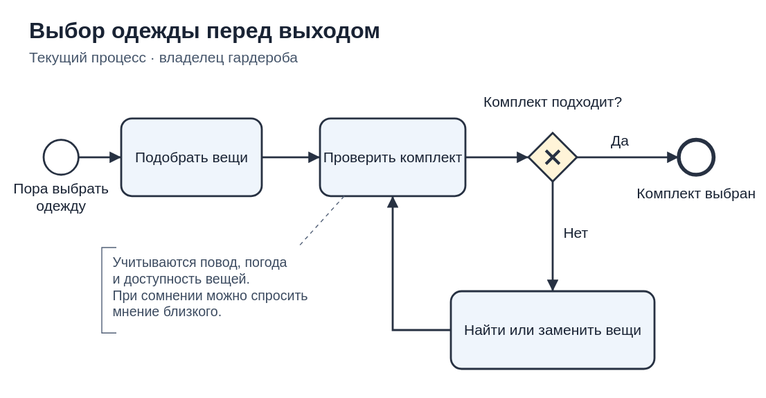
Earlier version of the BPMN export lab3_process/clothing-as-is.svg (vib-system-analysis/sa-2026-pe1-nord1sback). Its source is kept beside it as lab3_process/clothing-as-is.bpmn. Ids are renumbered. The source it was exported from:
```xml
<bpmn:definitions xmlns:bpmn="http://www.omg.org/spec/BPMN/20100524/MODEL" xmlns:bpmndi="http://www.omg.org/spec/BPMN/20100524/DI" xmlns:dc="http://www.omg.org/spec/DD/20100524/DC" xmlns:di="http://www.omg.org/spec/DD/20100524/DI" id="Definitions_Clothing" targetNamespace="https://github.com/vib-system-analysis/sa-2026-pe1-nord1sback">
  <bpmn:process id="ClothingSelection" name="Выбор одежды перед выходом" isExecutable="false">
    <bpmn:startEvent id="start" name="Пора выбрать одежду">
      <bpmn:outgoing>f1</bpmn:outgoing>
    </bpmn:startEvent>
    <bpmn:task id="prepare" name="Подобрать вещи">
      <bpmn:incoming>f1</bpmn:incoming>
      <bpmn:outgoing>f2</bpmn:outgoing>
    </bpmn:task>
    <bpmn:task id="check" name="Проверить комплект">
      <bpmn:incoming>f2</bpmn:incoming>
      <bpmn:incoming>f6</bpmn:incoming>
      <bpmn:outgoing>f3</bpmn:outgoing>
    </bpmn:task>
    <bpmn:exclusiveGateway id="decision" name="Комплект подходит?">
      <bpmn:incoming>f3</bpmn:incoming>
      <bpmn:outgoing>f4</bpmn:outgoing>
      <bpmn:outgoing>f5</bpmn:outgoing>
    </bpmn:exclusiveGateway>
    <bpmn:endEvent id="end" name="Комплект выбран">
      <bpmn:incoming>f4</bpmn:incoming>
    </bpmn:endEvent>
    <bpmn:task id="replace" name="Найти или заменить вещи">
      <bpmn:incoming>f5</bpmn:incoming>
      <bpmn:outgoing>f6</bpmn:outgoing>
    </bpmn:task>
    <bpmn:sequenceFlow id="f1" sourceRef="start" targetRef="prepare"/>
    <bpmn:sequenceFlow id="f2" sourceRef="prepare" targetRef="check"/>
    <bpmn:sequenceFlow id="f3" sourceRef="check" targetRef="decision"/>
    <bpmn:sequenceFlow id="f4" sourceRef="decision" targetRef="end" name="Да"/>
    <bpmn:sequenceFlow id="f5" sourceRef="decision" targetRef="replace" name="Нет"/>
    <bpmn:sequenceFlow id="f6" sourceRef="replace" targetRef="check"/>
    <bpmn:textAnnotation id="context"><bpmn:text>Владелец гардероба учитывает повод, погоду и доступность вещей. При сомнении может спросить мнение близкого.</bpmn:text></bpmn:textAnnotation>
    <bpmn:association id="contextLink" sourceRef="check" targetRef="context" associationDirection="None"/>
  </bpmn:process>
  <bpmndi:BPMNDiagram id="Diagram_Clothing">
    <bpmndi:BPMNPlane id="Plane_Clothing" bpmnElement="ClothingSelection">
      <bpmndi:BPMNShape id="start_di" bpmnElement="start"><dc:Bounds x="45" y="144" width="36" height="36"/><bpmndi:BPMNLabel><dc:Bounds x="10" y="190" width="105" height="32"/></bpmndi:BPMNLabel></bpmndi:BPMNShape>
      <bpmndi:BPMNShape id="prepare_di" bpmnElement="prepare"><dc:Bounds x="125" y="122" width="145" height="80"/></bpmndi:BPMNShape>
      <bpmndi:BPMNShape id="check_di" bpmnElement="check"><dc:Bounds x="330" y="122" width="150" height="80"/></bpmndi:BPMNShape>
      <bpmndi:BPMNShape id="decision_di" bpmnElement="decision" isMarkerVisible="true"><dc:Bounds x="545" y="137" width="50" height="50"/><bpmndi:BPMNLabel><dc:Bounds x="500" y="92" width="140" height="24"/></bpmndi:BPMNLabel></bpmndi:BPMNShape>
      <bpmndi:BPMNShape id="end_di" bpmnElement="end"><dc:Bounds x="700" y="144" width="36" height="36"/><bpmndi:BPMNLabel><dc:Bounds x="661" y="190" width="114" height="26"/></bpmndi:BPMNLabel></bpmndi:BPMNShape>
      <bpmndi:BPMNShape id="replace_di" bpmnElement="replace"><dc:Bounds x="465" y="300" width="210" height="80"/></bpmndi:BPMNShape>
      <bpmndi:BPMNEdge id="f1_di" bpmnElement="f1"><di:waypoint x="81" y="162"/><di:waypoint x="125" y="162"/></bpmndi:BPMNEdge>
      <bpmndi:BPMNEdge id="f2_di" bpmnElement="f2"><di:waypoint x="270" y="162"/><di:waypoint x="330" y="162"/></bpmndi:BPMNEdge>
      <bpmndi:BPMNEdge id="f3_di" bpmnElement="f3"><di:waypoint x="480" y="162"/><di:waypoint x="545" y="162"/></bpmndi:BPMNEdge>
      <bpmndi:BPMNEdge id="f4_di" bpmnElement="f4"><di:waypoint x="595" y="162"/><di:waypoint x="700" y="162"/><bpmndi:BPMNLabel><dc:Bounds x="630" y="138" width="30" height="16"/></bpmndi:BPMNLabel></bpmndi:BPMNEdge>
      <bpmndi:BPMNEdge id="f5_di" bpmnElement="f5"><di:waypoint x="570" y="187"/><di:waypoint x="570" y="300"/><bpmndi:BPMNLabel><dc:Bounds x="581" y="233" width="30" height="16"/></bpmndi:BPMNLabel></bpmndi:BPMNEdge>
      <bpmndi:BPMNEdge id="f6_di" bpmnElement="f6"><di:waypoint x="465" y="340"/><di:waypoint x="405" y="340"/><di:waypoint x="405" y="202"/></bpmndi:BPMNEdge>
      <bpmndi:BPMNShape id="context_di" bpmnElement="context"><dc:Bounds x="105" y="255" width="240" height="88"/></bpmndi:BPMNShape>
      <bpmndi:BPMNEdge id="contextLink_di" bpmnElement="contextLink"><di:waypoint x="355" y="202"/><di:waypoint x="307" y="255"/></bpmndi:BPMNEdge>
    </bpmndi:BPMNPlane>
  </bpmndi:BPMNDiagram>
</bpmn:definitions>
```
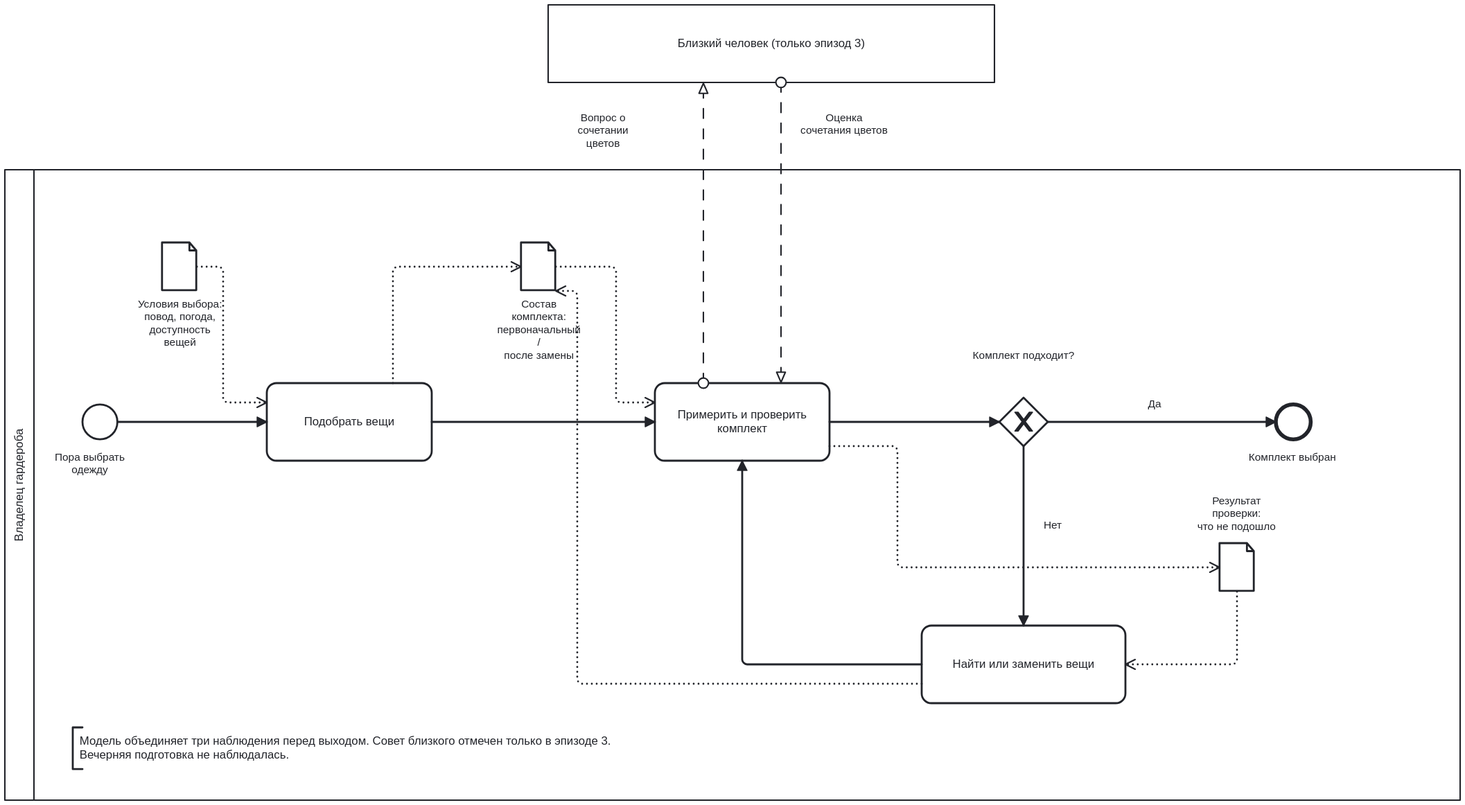
Above is the later version.

What changed in the source:
```diff
@@ -1,16 +1,47 @@
 <bpmn:definitions xmlns:bpmn="http://www.omg.org/spec/BPMN/20100524/MODEL" xmlns:bpmndi="http://www.omg.org/spec/BPMN/20100524/DI" xmlns:dc="http://www.omg.org/spec/DD/20100524/DC" xmlns:di="http://www.omg.org/spec/DD/20100524/DI" id="Definitions_Clothing" targetNamespace="https://github.com/vib-system-analysis/sa-2026-pe1-nord1sback">
+  <bpmn:collaboration id="Collaboration_n1">
+    <bpmn:participant id="Participant_n2" name="Владелец гардероба" processRef="ClothingSelection" />
+    <bpmn:participant id="Participant_n3" name="Близкий человек (только эпизод 3)" />
+    <bpmn:messageFlow id="Flow_n4" name="Вопрос о сочетании цветов" sourceRef="check" targetRef="Participant_n3" />
+    <bpmn:messageFlow id="Flow_n5" name="Оценка сочетания цветов" sourceRef="Participant_n3" targetRef="check" />
+    <bpmn:textAnnotation id="TextAnnotation_n6">
+      <bpmn:text>Модель объединяет три наблюдения перед выходом. Совет близкого отмечен только в эпизоде 3. Вечерняя подготовка не наблюдалась.</bpmn:text>
+    </bpmn:textAnnotation>
+  </bpmn:collaboration>
   <bpmn:process id="ClothingSelection" name="Выбор одежды перед выходом" isExecutable="false">
+    <bpmn:sequenceFlow id="f1" sourceRef="start" targetRef="prepare" />
+    <bpmn:sequenceFlow id="f2" sourceRef="prepare" targetRef="check" />
+    <bpmn:sequenceFlow id="f6" sourceRef="replace" targetRef="check" />
+    <bpmn:sequenceFlow id="f3" sourceRef="check" targetRef="decision" />
+    <bpmn:sequenceFlow id="f4" name="Да" sourceRef="decision" targetRef="end" />
+    <bpmn:sequenceFlow id="f5" name="Нет" sourceRef="decision" targetRef="replace" />
     <bpmn:startEvent id="start" name="Пора выбрать одежду">
       <bpmn:outgoing>f1</bpmn:outgoing>
     </bpmn:startEvent>
     <bpmn:task id="prepare" name="Подобрать вещи">
       <bpmn:incoming>f1</bpmn:incoming>
       <bpmn:outgoing>f2</bpmn:outgoing>
+      <bpmn:property id="Property_n7" name="__targetRef_placeholder" />
+      <bpmn:dataInputAssociation id="DataInputAssociation_n8">
+        <bpmn:sourceRef>Data_Conditions</bpmn:sourceRef>
+        <bpmn:targetRef>Property_n7</bpmn:targetRef>
+      </bpmn:dataInputAssociation>
+      <bpmn:dataOutputAssociation id="DataOutputAssociation_n9">
+        <bpmn:targetRef>Data_Outfit</bpmn:targetRef>
+      </bpmn:dataOutputAssociation>
     </bpmn:task>
-    <bpmn:task id="check" name="Проверить комплект">
+    <bpmn:task id="check" name="Примерить и проверить комплект">
       <bpmn:incoming>f2</bpmn:incoming>
       <bpmn:incoming>f6</bpmn:incoming>
       <bpmn:outgoing>f3</bpmn:outgoing>
+      <bpmn:property id="Property_n10" name="__targetRef_placeholder" />
+      <bpmn:dataInputAssociation id="DataInputAssociation_n11">
+        <bpmn:sourceRef>Data_Outfit</bpmn:sourceRef>
+        <bpmn:targetRef>Property_n10</bpmn:targetRef>
+      </bpmn:dataInputAssociation>
+      <bpmn:dataOutputAssociation id="DataOutputAssociation_n12">
+        <bpmn:targetRef>Data_CheckResult</bpmn:targetRef>
+      </bpmn:dataOutputAssociation>
     </bpmn:task>
     <bpmn:exclusiveGateway id="decision" name="Комплект подходит?">
       <bpmn:incoming>f3</bpmn:incoming>
@@ -23,32 +54,161 @@
     <bpmn:task id="replace" name="Найти или заменить вещи">
       <bpmn:incoming>f5</bpmn:incoming>
       <bpmn:outgoing>f6</bpmn:outgoing>
+      <bpmn:property id="Property_n13" name="__targetRef_placeholder" />
+      <bpmn:dataInputAssociation id="DataInputAssociation_n14">
+        <bpmn:sourceRef>Data_CheckResult</bpmn:sourceRef>
+        <bpmn:targetRef>Property_n13</bpmn:targetRef>
+      </bpmn:dataInputAssociation>
+      <bpmn:dataOutputAssociation id="DataOutputAssociation_n15">
+        <bpmn:targetRef>Data_Outfit</bpmn:targetRef>
+      </bpmn:dataOutputAssociation>
     </bpmn:task>
-    <bpmn:sequenceFlow id="f1" sourceRef="start" targetRef="prepare"/>
-    <bpmn:sequenceFlow id="f2" sourceRef="prepare" targetRef="check"/>
-    <bpmn:sequenceFlow id="f3" sourceRef="check" targetRef="decision"/>
-    <bpmn:sequenceFlow id="f4" sourceRef="decision" targetRef="end" name="Да"/>
-    <bpmn:sequenceFlow id="f5" sourceRef="decision" targetRef="replace" name="Нет"/>
-    <bpmn:sequenceFlow id="f6" sourceRef="replace" targetRef="check"/>
-    <bpmn:textAnnotation id="context"><bpmn:text>Владелец гардероба учитывает повод, погоду и доступность вещей. При сомнении может спросить мнение близкого.</bpmn:text></bpmn:textAnnotation>
-    <bpmn:association id="contextLink" sourceRef="check" targetRef="context" associationDirection="None"/>
+    <bpmn:dataObjectReference id="Data_Conditions" name="Условия выбора:&#10;повод, погода,&#10;доступность вещей" dataObjectRef="DataObject_n16" />
+    <bpmn:dataObject id="DataObject_n16" />
+    <bpmn:dataObjectReference id="Data_Outfit" name="Состав комплекта:&#10;первоначальный /&#10;после замены" dataObjectRef="DataObject_n17" />
+    <bpmn:dataObject id="DataObject_n17" />
+    <bpmn:dataObjectReference id="Data_CheckResult" name="Результат проверки:&#10;что не подошло" dataObjectRef="DataObject_n18" />
+    <bpmn:dataObject id="DataObject_n18" />
   </bpmn:process>
   <bpmndi:BPMNDiagram id="Diagram_Clothing">
-    <bpmndi:BPMNPlane id="Plane_Clothing" bpmnElement="ClothingSelection">
-      <bpmndi:BPMNShape id="start_di" bpmnElement="start"><dc:Bounds x="45" y="144" width="36" height="36"/><bpmndi:BPMNLabel><dc:Bounds x="10" y="190" width="105" height="32"/></bpmndi:BPMNLabel></bpmndi:BPMNShape>
-      <bpmndi:BPMNShape id="prepare_di" bpmnElement="prepare"><dc:Bounds x="125" y="122" width="145" height="80"/></bpmndi:BPMNShape>
-      <bpmndi:BPMNShape id="check_di" bpmnElement="check"><dc:Bounds x="330" y="122" width="150" height="80"/></bpmndi:BPMNShape>
-      <bpmndi:BPMNShape id="decision_di" bpmnElement="decision" isMarkerVisible="true"><dc:Bounds x="545" y="137" width="50" height="50"/><bpmndi:BPMNLabel><dc:Bounds x="500" y="92" width="140" height="24"/></bpmndi:BPMNLabel></bpmndi:BPMNShape>
-      <bpmndi:BPMNShape id="end_di" bpmnElement="end"><dc:Bounds x="700" y="144" width="36" height="36"/><bpmndi:BPMNLabel><dc:Bounds x="661" y="190" width="114" height="26"/></bpmndi:BPMNLabel></bpmndi:BPMNShape>
-      <bpmndi:BPMNShape id="replace_di" bpmnElement="replace"><dc:Bounds x="465" y="300" width="210" height="80"/></bpmndi:BPMNShape>
-      <bpmndi:BPMNEdge id="f1_di" bpmnElement="f1"><di:waypoint x="81" y="162"/><di:waypoint x="125" y="162"/></bpmndi:BPMNEdge>
-      <bpmndi:BPMNEdge id="f2_di" bpmnElement="f2"><di:waypoint x="270" y="162"/><di:waypoint x="330" y="162"/></bpmndi:BPMNEdge>
-      <bpmndi:BPMNEdge id="f3_di" bpmnElement="f3"><di:waypoint x="480" y="162"/><di:waypoint x="545" y="162"/></bpmndi:BPMNEdge>
-      <bpmndi:BPMNEdge id="f4_di" bpmnElement="f4"><di:waypoint x="595" y="162"/><di:waypoint x="700" y="162"/><bpmndi:BPMNLabel><dc:Bounds x="630" y="138" width="30" height="16"/></bpmndi:BPMNLabel></bpmndi:BPMNEdge>
-      <bpmndi:BPMNEdge id="f5_di" bpmnElement="f5"><di:waypoint x="570" y="187"/><di:waypoint x="570" y="300"/><bpmndi:BPMNLabel><dc:Bounds x="581" y="233" width="30" height="16"/></bpmndi:BPMNLabel></bpmndi:BPMNEdge>
-      <bpmndi:BPMNEdge id="f6_di" bpmnElement="f6"><di:waypoint x="465" y="340"/><di:waypoint x="405" y="340"/><di:waypoint x="405" y="202"/></bpmndi:BPMNEdge>
-      <bpmndi:BPMNShape id="context_di" bpmnElement="context"><dc:Bounds x="105" y="255" width="240" height="88"/></bpmndi:BPMNShape>
-      <bpmndi:BPMNEdge id="contextLink_di" bpmnElement="contextLink"><di:waypoint x="355" y="202"/><di:waypoint x="307" y="255"/></bpmndi:BPMNEdge>
+    <bpmndi:BPMNPlane id="Plane_Clothing" bpmnElement="Collaboration_n1">
+      <bpmndi:BPMNShape id="Participant_n2_di" bpmnElement="Participant_n2" isHorizontal="true" isExpanded="true">
+        <dc:Bounds x="60" y="200" width="1500" height="650" />
+        <bpmndi:BPMNLabel />
+      </bpmndi:BPMNShape>
+      <bpmndi:BPMNShape id="start_di" bpmnElement="start">
+        <dc:Bounds x="140" y="442" width="36" height="36" />
+        <bpmndi:BPMNLabel>
+          <dc:Bounds x="95" y="490" width="105" height="27" />
+        </bpmndi:BPMNLabel>
+      </bpmndi:BPMNShape>
+      <bpmndi:BPMNShape id="prepare_di" bpmnElement="prepare">
+        <dc:Bounds x="330" y="420" width="170" height="80" />
+      </bpmndi:BPMNShape>
+      <bpmndi:BPMNShape id="check_di" bpmnElement="check">
+        <dc:Bounds x="730" y="420" width="180" height="80" />
+        <bpmndi:BPMNLabel />
+      </bpmndi:BPMNShape>
+      <bpmndi:BPMNShape id="decision_di" bpmnElement="decision" isMarkerVisible="true">
+        <dc:Bounds x="1085" y="435" width="50" height="50" />
+        <bpmndi:BPMNLabel>
+          <dc:Bounds x="1040" y="385" width="140" height="14" />
+        </bpmndi:BPMNLabel>
+      </bpmndi:BPMNShape>
+      <bpmndi:BPMNShape id="end_di" bpmnElement="end">
+        <dc:Bounds x="1370" y="442" width="36" height="36" />
+        <bpmndi:BPMNLabel>
+          <dc:Bounds x="1330" y="490" width="114" height="14" />
+        </bpmndi:BPMNLabel>
+      </bpmndi:BPMNShape>
+      <bpmndi:BPMNShape id="replace_di" bpmnElement="replace">
+        <dc:Bounds x="1005" y="670" width="210" height="80" />
+      </bpmndi:BPMNShape>
+      <bpmndi:BPMNShape id="Data_Conditions_di" bpmnElement="Data_Conditions">
+        <dc:Bounds x="222" y="275" width="36" height="50" />
+        <bpmndi:BPMNLabel>
+          <dc:Bounds x="197" y="332" width="87" height="53" />
+        </bpmndi:BPMNLabel>
+      </bpmndi:BPMNShape>
+      <bpmndi:BPMNShape id="Data_Outfit_di" bpmnElement="Data_Outfit">
+        <dc:Bounds x="592" y="275" width="36" height="50" />
+        <bpmndi:BPMNLabel>
+          <dc:Bounds x="567" y="332" width="87" height="66" />
+        </bpmndi:BPMNLabel>
+      </bpmndi:BPMNShape>
+      <bpmndi:BPMNShape id="Data_CheckResult_di" bpmnElement="Data_CheckResult">
+        <dc:Bounds x="1312" y="585" width="36" height="50" />
+        <bpmndi:BPMNLabel>
+          <dc:Bounds x="1289" y="535" width="81" height="40" />
+        </bpmndi:BPMNLabel>
+      </bpmndi:BPMNShape>
+      <bpmndi:BPMNEdge id="f1_di" bpmnElement="f1">
+        <di:waypoint x="176" y="460" />
+        <di:waypoint x="330" y="460" />
+      </bpmndi:BPMNEdge>
+      <bpmndi:BPMNEdge id="f2_di" bpmnElement="f2">
+        <di:waypoint x="500" y="460" />
+        <di:waypoint x="730" y="460" />
+      </bpmndi:BPMNEdge>
+      <bpmndi:BPMNEdge id="f6_di" bpmnElement="f6">
+        <di:waypoint x="1005" y="710" />
+        <di:waypoint x="820" y="710" />
+        <di:waypoint x="820" y="500" />
+      </bpmndi:BPMNEdge>
+      <bpmndi:BPMNEdge id="f3_di" bpmnElement="f3">
+        <di:waypoint x="910" y="460" />
+        <di:waypoint x="1085" y="460" />
+      </bpmndi:BPMNEdge>
+      <bpmndi:BPMNEdge id="f4_di" bpmnElement="f4">
+        <di:waypoint x="1135" y="460" />
+        <di:waypoint x="1370" y="460" />
+        <bpmndi:BPMNLabel>
+          <dc:Bounds x="1230" y="435" width="30" height="14" />
+        </bpmndi:BPMNLabel>
+      </bpmndi:BPMNEdge>
+      <bpmndi:BPMNEdge id="f5_di" bpmnElement="f5">
+        <di:waypoint x="1110" y="485" />
+        <di:waypoint x="1110" y="670" />
+        <bpmndi:BPMNLabel>
+          <dc:Bounds x="1125" y="560" width="30" height="14" />
+        </bpmndi:BPMNLabel>
+      </bpmndi:BPMNEdge>
+      <bpmndi:BPMNShape id="Participant_n3_di" bpmnElement="Participant_n3" isHorizontal="true">
+        <dc:Bounds x="620" y="30" width="460" height="80" />
+        <bpmndi:BPMNLabel />
+      </bpmndi:BPMNShape>
+      <bpmndi:BPMNEdge id="DataInputAssociation_n8_di" bpmnElement="DataInputAssociation_n8">
+        <di:waypoint x="258" y="300" />
+        <di:waypoint x="285" y="300" />
+        <di:waypoint x="285" y="440" />
+        <di:waypoint x="330" y="440" />
+      </bpmndi:BPMNEdge>
+      <bpmndi:BPMNEdge id="DataOutputAssociation_n9_di" bpmnElement="DataOutputAssociation_n9">
+        <di:waypoint x="460" y="420" />
+        <di:waypoint x="460" y="300" />
+        <di:waypoint x="592" y="300" />
+      </bpmndi:BPMNEdge>
+      <bpmndi:BPMNEdge id="DataInputAssociation_n11_di" bpmnElement="DataInputAssociation_n11">
+        <di:waypoint x="628" y="300" />
+        <di:waypoint x="690" y="300" />
+        <di:waypoint x="690" y="440" />
+        <di:waypoint x="730" y="440" />
+      </bpmndi:BPMNEdge>
+      <bpmndi:BPMNEdge id="DataOutputAssociation_n15_di" bpmnElement="DataOutputAssociation_n15">
+        <di:waypoint x="1005" y="730" />
+        <di:waypoint x="650" y="730" />
+        <di:waypoint x="650" y="325" />
+        <di:waypoint x="628" y="325" />
+      </bpmndi:BPMNEdge>
+      <bpmndi:BPMNEdge id="DataOutputAssociation_n12_di" bpmnElement="DataOutputAssociation_n12">
+        <di:waypoint x="910" y="485" />
+        <di:waypoint x="980" y="485" />
+        <di:waypoint x="980" y="610" />
+        <di:waypoint x="1312" y="610" />
+      </bpmndi:BPMNEdge>
+      <bpmndi:BPMNEdge id="DataInputAssociation_n14_di" bpmnElement="DataInputAssociation_n14">
+        <di:waypoint x="1330" y="635" />
+        <di:waypoint x="1330" y="710" />
+        <di:waypoint x="1215" y="710" />
+      </bpmndi:BPMNEdge>
+      <bpmndi:BPMNEdge id="Flow_n4_di" bpmnElement="Flow_n4">
+        <di:waypoint x="780" y="420" />
+        <di:waypoint x="780" y="110" />
+        <bpmndi:BPMNLabel>
+          <dc:Bounds x="650" y="140" width="53" height="40" />
+        </bpmndi:BPMNLabel>
+      </bpmndi:BPMNEdge>
+      <bpmndi:BPMNEdge id="Flow_n5_di" bpmnElement="Flow_n5">
+        <di:waypoint x="860" y="110" />
+        <di:waypoint x="860" y="420" />
+        <bpmndi:BPMNLabel>
+          <dc:Bounds x="880" y="140" width="90" height="27" />
+        </bpmndi:BPMNLabel>
+      </bpmndi:BPMNEdge>
+      <bpmndi:BPMNShape id="TextAnnotation_n6_di" bpmnElement="TextAnnotation_n6">
+        <dc:Bounds x="130" y="775" width="610" height="43" />
+        <bpmndi:BPMNLabel />
+      </bpmndi:BPMNShape>
     </bpmndi:BPMNPlane>
   </bpmndi:BPMNDiagram>
 </bpmn:definitions>
```
